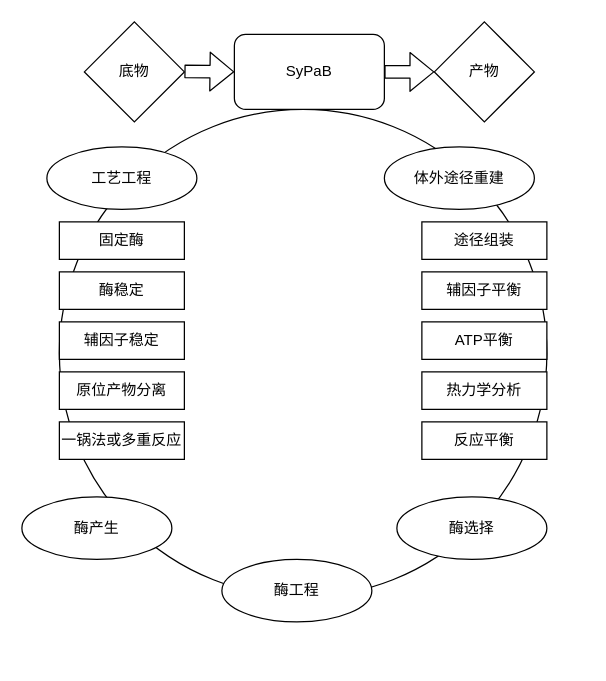
ciky1210/MachineLearning_Ng keeps this draw.io diagram as sypab.drawio. Above is the earlier version. Source tidied: cells renumbered, new cells numbered last; positions are measured from the earlier drawing's top-left corner, leaving out a move shared by most shapes. Both pictures are drawn from the tidied source at 125%, with x=0, y=0 at pixel (21, 21).
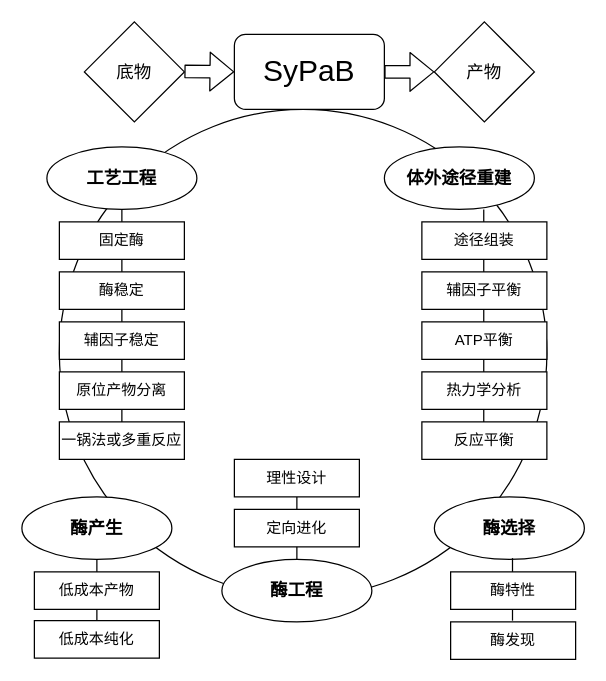
Above is the later version.

What changed in the source:
```diff
@@
-    <mxCell id="3" value="SyPaB" style="rounded=1;whiteSpace=wrap;html=1;" parent="1" vertex="1">
+    <mxCell id="3" value="&lt;font style=&quot;font-size: 24px&quot;&gt;SyPaB&lt;/font&gt;" style="rounded=1;whiteSpace=wrap;html=1;" parent="1" vertex="1">
       <mxGeometry x="170" y="10" width="120" height="60" as="geometry" />
     </mxCell>
@@
-    <mxCell id="6" value="底物" style="rhombus;whiteSpace=wrap;html=1;" parent="1" vertex="1">
+    <mxCell id="6" value="&lt;font style=&quot;font-size: 14px&quot;&gt;底物&lt;/font&gt;" style="rhombus;whiteSpace=wrap;html=1;" parent="1" vertex="1">
       <mxGeometry x="50" width="80" height="80" as="geometry" />
     </mxCell>
-    <mxCell id="7" value="产物" style="rhombus;whiteSpace=wrap;html=1;" parent="1" vertex="1">
+    <mxCell id="7" value="&lt;font style=&quot;font-size: 14px&quot;&gt;产物&lt;/font&gt;" style="rhombus;whiteSpace=wrap;html=1;" parent="1" vertex="1">
       <mxGeometry x="330" width="80" height="80" as="geometry" />
     </mxCell>
-    <mxCell id="8" value="工艺工程" style="ellipse;whiteSpace=wrap;html=1;" parent="1" vertex="1">
+    <mxCell id="8" value="&lt;font style=&quot;font-size: 14px&quot;&gt;&lt;b&gt;工艺工程&lt;/b&gt;&lt;/font&gt;" style="ellipse;whiteSpace=wrap;html=1;" parent="1" vertex="1">
       <mxGeometry x="20" y="100" width="120" height="50" as="geometry" />
     </mxCell>
-    <mxCell id="9" value="体外途径重建" style="ellipse;whiteSpace=wrap;html=1;" parent="1" vertex="1">
+    <mxCell id="9" value="&lt;b&gt;&lt;font style=&quot;font-size: 14px&quot;&gt;体外途径重建&lt;/font&gt;&lt;/b&gt;" style="ellipse;whiteSpace=wrap;html=1;" parent="1" vertex="1">
       <mxGeometry x="290" y="100" width="120" height="50" as="geometry" />
     </mxCell>
+    <mxCell id="14" value="一锅法或多重反应" style="rounded=0;whiteSpace=wrap;html=1;" parent="1" vertex="1">
+      <mxGeometry x="30" y="320" width="100" height="30" as="geometry" />
+    </mxCell>
+    <mxCell id="15" value="&lt;font style=&quot;font-size: 14px&quot;&gt;&lt;b&gt;酶产生&lt;/b&gt;&lt;/font&gt;" style="ellipse;whiteSpace=wrap;html=1;" parent="1" vertex="1">
+      <mxGeometry y="380" width="120" height="50" as="geometry" />
+    </mxCell>
+    <mxCell id="16" value="&lt;b&gt;&lt;font style=&quot;font-size: 14px&quot;&gt;酶工程&lt;/font&gt;&lt;/b&gt;" style="ellipse;whiteSpace=wrap;html=1;" parent="1" vertex="1">
+      <mxGeometry x="160" y="430" width="120" height="50" as="geometry" />
+    </mxCell>
+    <mxCell id="17" value="&lt;font style=&quot;font-size: 14px&quot;&gt;&lt;b&gt;酶选择&lt;/b&gt;&lt;/font&gt;" style="ellipse;whiteSpace=wrap;html=1;" parent="1" vertex="1">
+      <mxGeometry x="330" y="380" width="120" height="50" as="geometry" />
+    </mxCell>
+    <mxCell id="21" value="反应平衡" style="rounded=0;whiteSpace=wrap;html=1;" parent="1" vertex="1">
+      <mxGeometry x="320" y="320" width="100" height="30" as="geometry" />
+    </mxCell>
+    <mxCell id="23" value="低成本纯化" style="rounded=0;whiteSpace=wrap;html=1;" parent="1" vertex="1">
+      <mxGeometry x="10" y="479" width="100" height="30" as="geometry" />
+    </mxCell>
+    <mxCell id="24" value="理性设计" style="rounded=0;whiteSpace=wrap;html=1;" parent="1" vertex="1">
+      <mxGeometry x="170" y="350" width="100" height="30" as="geometry" />
+    </mxCell>
+    <mxCell id="25" value="酶发现" style="rounded=0;whiteSpace=wrap;html=1;" parent="1" vertex="1">
+      <mxGeometry x="343" y="480" width="100" height="30" as="geometry" />
+    </mxCell>
+    <mxCell id="26" style="endArrow=none;html=1;entryX=0.5;entryY=1;entryDx=0;entryDy=0;" parent="1" edge="1" source="14" target="8">
+      <mxGeometry relative="1" as="geometry" />
+    </mxCell>
@@
-    <mxCell id="14" value="一锅法或多重反应" style="rounded=0;whiteSpace=wrap;html=1;" parent="1" vertex="1">
-      <mxGeometry x="30" y="320" width="100" height="30" as="geometry" />
-    </mxCell>
-    <mxCell id="15" value="酶产生" style="ellipse;whiteSpace=wrap;html=1;" parent="1" vertex="1">
-      <mxGeometry y="380" width="120" height="50" as="geometry" />
-    </mxCell>
-    <mxCell id="16" value="酶工程" style="ellipse;whiteSpace=wrap;html=1;" parent="1" vertex="1">
-      <mxGeometry x="160" y="430" width="120" height="50" as="geometry" />
-    </mxCell>
-    <mxCell id="17" value="酶选择" style="ellipse;whiteSpace=wrap;html=1;" parent="1" vertex="1">
-      <mxGeometry x="300" y="380" width="120" height="50" as="geometry" />
-    </mxCell>
+    <mxCell id="27" style="endArrow=none;html=1;entryX=0.5;entryY=1;entryDx=0;entryDy=0;" parent="1" edge="1">
+      <mxGeometry relative="1" as="geometry">
+        <mxPoint x="369.5" y="320" as="sourcePoint" />
+        <mxPoint x="369.5" y="150" as="targetPoint" />
+      </mxGeometry>
+    </mxCell>
+    <mxCell id="22" value="途径组装" style="rounded=0;whiteSpace=wrap;html=1;" parent="1" vertex="1">
+      <mxGeometry x="320" y="160" width="100" height="30" as="geometry" />
+    </mxCell>
@@
-    <mxCell id="21" value="反应平衡" style="rounded=0;whiteSpace=wrap;html=1;" parent="1" vertex="1">
-      <mxGeometry x="320" y="320" width="100" height="30" as="geometry" />
-    </mxCell>
-    <mxCell id="22" value="途径组装" style="rounded=0;whiteSpace=wrap;html=1;" parent="1" vertex="1">
-      <mxGeometry x="320" y="160" width="100" height="30" as="geometry" />
-    </mxCell>
+    <mxCell id="28" style="endArrow=none;html=1;entryX=0.5;entryY=1;entryDx=0;entryDy=0;" parent="1" edge="1" source="23" target="15">
+      <mxGeometry relative="1" as="geometry" />
+    </mxCell>
+    <mxCell id="29" value="低成本产物" style="rounded=0;whiteSpace=wrap;html=1;" parent="1" vertex="1">
+      <mxGeometry x="10" y="440" width="100" height="30" as="geometry" />
+    </mxCell>
+    <mxCell id="30" style="endArrow=none;html=1;exitX=0.5;exitY=1;exitDx=0;exitDy=0;" parent="1" edge="1" source="24" target="16">
+      <mxGeometry relative="1" as="geometry" />
+    </mxCell>
+    <mxCell id="31" style="endArrow=none;html=1;exitX=0.5;exitY=1;exitDx=0;exitDy=0;" parent="1" edge="1">
+      <mxGeometry relative="1" as="geometry">
+        <mxPoint x="392.5" y="429" as="sourcePoint" />
+        <mxPoint x="392.5" y="479" as="targetPoint" />
+      </mxGeometry>
+    </mxCell>
+    <mxCell id="32" value="定向进化" style="rounded=0;whiteSpace=wrap;html=1;" parent="1" vertex="1">
+      <mxGeometry x="170" y="390" width="100" height="30" as="geometry" />
+    </mxCell>
+    <mxCell id="33" value="酶特性" style="rounded=0;whiteSpace=wrap;html=1;" parent="1" vertex="1">
+      <mxGeometry x="343" y="440" width="100" height="30" as="geometry" />
+    </mxCell>
```
